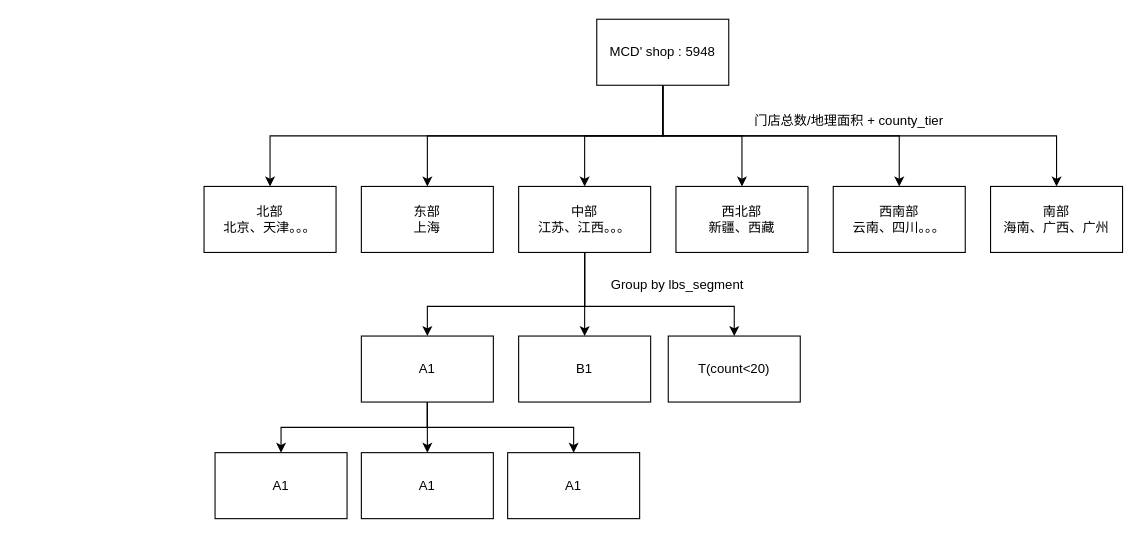
Above: KFCselect.drawio in LiLiJacky/graphData (draw.io), before the change. Source tidied: cells renumbered, new cells numbered last; positions are measured from the earlier drawing's top-left corner, leaving out a move shared by most shapes. Both pictures are drawn from the tidied source at 110%, with x=0, y=0 at pixel (204, 19).
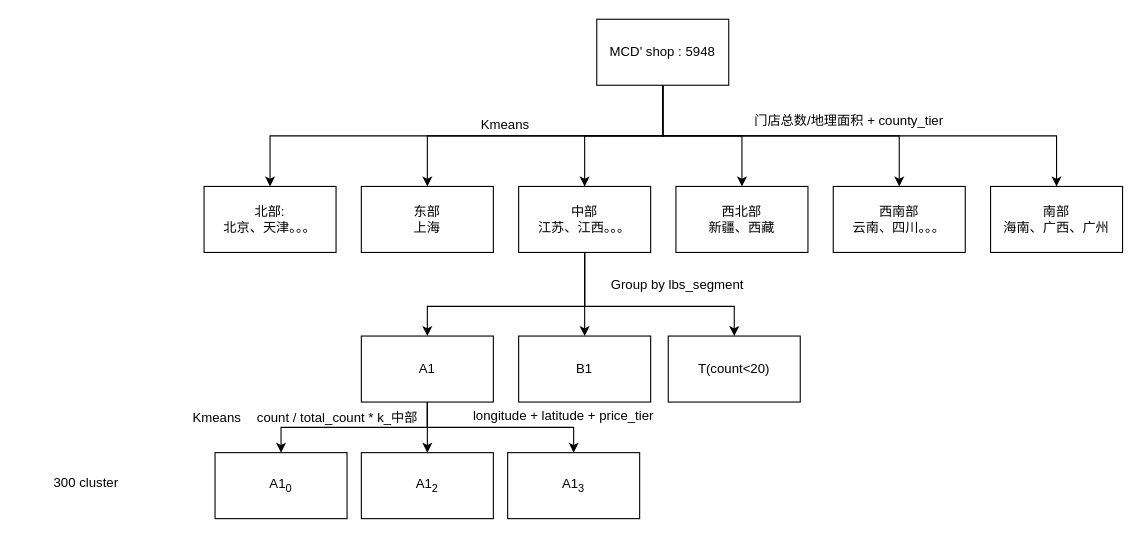
The same page after the edit.

The edit, as a diff of the source:
```diff
@@
-    <mxCell id="18" value="北部&lt;div&gt;北京、天津。。。&lt;/div&gt;" style="rounded=0;whiteSpace=wrap;html=1;" parent="1" vertex="1">
+    <mxCell id="18" value="北部:&lt;div&gt;北京、天津。。。&lt;/div&gt;" style="rounded=0;whiteSpace=wrap;html=1;" parent="1" vertex="1">
       <mxGeometry y="152" width="120" height="60" as="geometry" />
     </mxCell>
@@
-    <mxCell id="26" value="A1" style="rounded=0;whiteSpace=wrap;html=1;" parent="1" vertex="1">
+    <mxCell id="26" value="A1&lt;sub&gt;0&lt;/sub&gt;" style="rounded=0;whiteSpace=wrap;html=1;" parent="1" vertex="1">
       <mxGeometry x="10" y="394" width="120" height="60" as="geometry" />
     </mxCell>
-    <mxCell id="27" value="A1" style="rounded=0;whiteSpace=wrap;html=1;" parent="1" vertex="1">
+    <mxCell id="27" value="A1&lt;sub&gt;2&lt;/sub&gt;" style="rounded=0;whiteSpace=wrap;html=1;" parent="1" vertex="1">
       <mxGeometry x="143" y="394" width="120" height="60" as="geometry" />
     </mxCell>
-    <mxCell id="28" value="A1" style="rounded=0;whiteSpace=wrap;html=1;" parent="1" vertex="1">
+    <mxCell id="28" value="A1&lt;sub&gt;3&lt;/sub&gt;" style="rounded=0;whiteSpace=wrap;html=1;" parent="1" vertex="1">
       <mxGeometry x="276" y="394" width="120" height="60" as="geometry" />
     </mxCell>
+    <mxCell id="29" value="Kmeans" style="text;html=1;align=center;verticalAlign=middle;whiteSpace=wrap;rounded=0;" parent="1" vertex="1">
+      <mxGeometry x="244" y="81" width="60" height="30" as="geometry" />
+    </mxCell>
+    <mxCell id="30" value="Kmeans" style="text;html=1;align=center;verticalAlign=middle;whiteSpace=wrap;rounded=0;" parent="1" vertex="1">
+      <mxGeometry x="-18" y="348" width="60" height="30" as="geometry" />
+    </mxCell>
+    <mxCell id="31" value="count / total_count * k_中部" style="text;html=1;align=center;verticalAlign=middle;whiteSpace=wrap;rounded=0;" parent="1" vertex="1">
+      <mxGeometry x="47" y="348" width="149" height="30" as="geometry" />
+    </mxCell>
+    <mxCell id="32" value="longitude + latitude + price_tier" style="text;html=1;align=center;verticalAlign=middle;whiteSpace=wrap;rounded=0;" parent="1" vertex="1">
+      <mxGeometry x="228" y="346" width="198" height="30" as="geometry" />
+    </mxCell>
+    <mxCell id="33" value="300 cluster" style="text;html=1;align=center;verticalAlign=middle;whiteSpace=wrap;rounded=0;" parent="1" vertex="1">
+      <mxGeometry x="-168" y="407" width="122" height="30" as="geometry" />
+    </mxCell>
```
